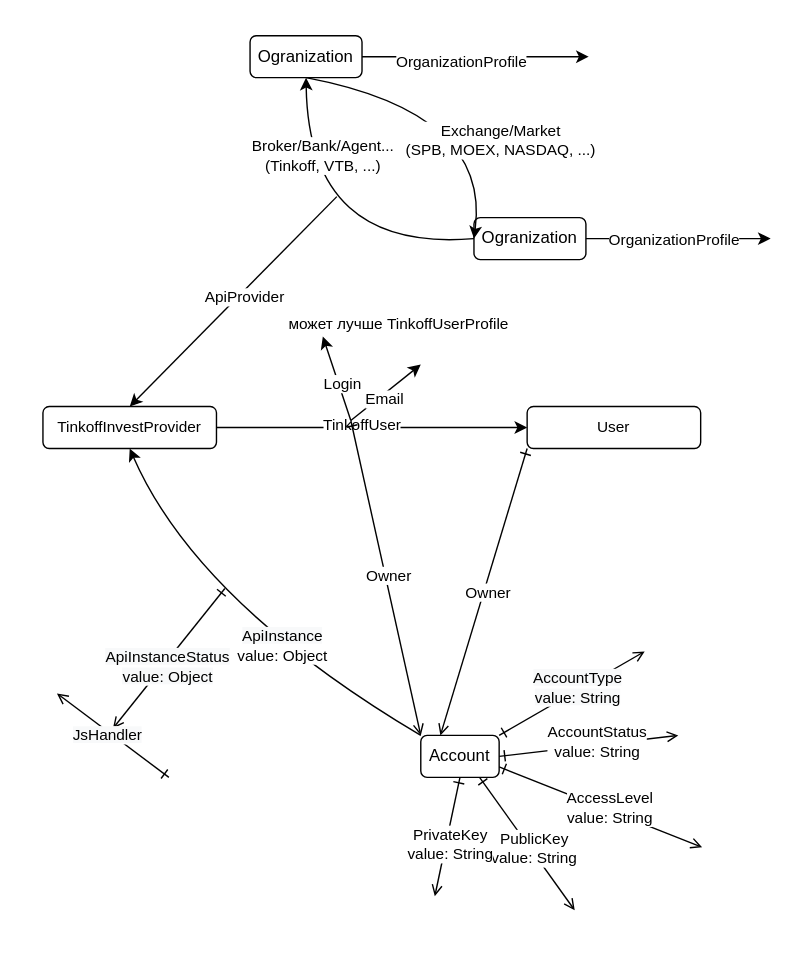
Before: src/account/Account.drawio.svg, a diagram exported from draw.io (suenot/deep-tinkoff-invest-api). Source tidied: cells renumbered, new cells last; positions are measured from the earlier drawing's top-left corner, leaving out a move shared by most shapes.
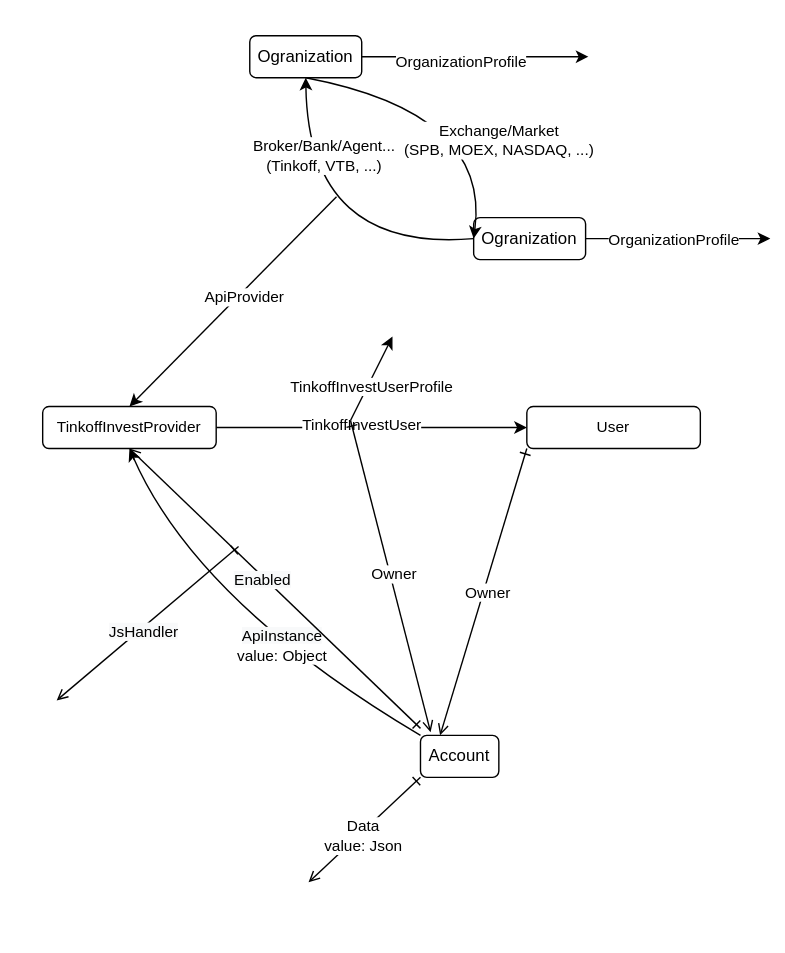
The same file after the commit.

What changed in the source:
```diff
@@ -8,46 +8,6 @@
     <mxCell id="3" value="Account" style="rounded=1;whiteSpace=wrap;html=1;labelBackgroundColor=none;" parent="1" vertex="1">
       <mxGeometry x="300" y="525" width="56" height="30" as="geometry" />
     </mxCell>
-    <mxCell id="4" style="edgeStyle=none;html=1;entryX=0;entryY=0.5;entryDx=0;entryDy=0;startArrow=ERone;startFill=0;endArrow=open;endFill=0;exitX=1;exitY=0;exitDx=0;exitDy=0;" parent="1" edge="1" source="3">
-      <mxGeometry relative="1" as="geometry">
-        <mxPoint x="460" y="465" as="targetPoint" />
-      </mxGeometry>
-    </mxCell>
-    <mxCell id="5" value="&lt;span style=&quot;background-color: rgb(248 , 249 , 250)&quot;&gt;AccountType&lt;/span&gt;&lt;span style=&quot;background-color: rgb(248 , 249 , 250)&quot;&gt;&lt;span&gt;&lt;br&gt;value: String&lt;/span&gt;&lt;br&gt;&lt;/span&gt;" style="edgeLabel;html=1;align=center;verticalAlign=middle;" parent="4" vertex="1">
-      <mxGeometry x="0.08" y="2" relative="1" as="geometry" />
-    </mxCell>
-    <mxCell id="6" style="edgeStyle=none;html=1;entryX=0;entryY=0.5;entryDx=0;entryDy=0;startArrow=ERone;startFill=0;endArrow=open;endFill=0;exitX=1;exitY=0.5;exitDx=0;exitDy=0;" parent="1" edge="1" source="3">
-      <mxGeometry relative="1" as="geometry">
-        <mxPoint x="484" y="525" as="targetPoint" />
-      </mxGeometry>
-    </mxCell>
-    <mxCell id="7" value="&lt;span&gt;AccountStatus&lt;/span&gt;&lt;br&gt;value: String" style="edgeLabel;html=1;align=center;verticalAlign=middle;" parent="6" vertex="1">
-      <mxGeometry x="0.08" y="2" relative="1" as="geometry" />
-    </mxCell>
-    <mxCell id="8" style="edgeStyle=none;html=1;entryX=0.013;entryY=0.5;entryDx=0;entryDy=0;startArrow=ERone;startFill=0;endArrow=open;endFill=0;exitX=1;exitY=0.75;exitDx=0;exitDy=0;entryPerimeter=0;" parent="1" edge="1" source="3">
-      <mxGeometry relative="1" as="geometry">
-        <mxPoint x="501" y="605" as="targetPoint" />
-      </mxGeometry>
-    </mxCell>
-    <mxCell id="9" value="&lt;span&gt;AccessLevel&lt;/span&gt;&lt;br&gt;value: String" style="edgeLabel;html=1;align=center;verticalAlign=middle;" parent="8" vertex="1">
-      <mxGeometry x="0.08" y="2" relative="1" as="geometry" />
-    </mxCell>
-    <mxCell id="10" style="edgeStyle=none;html=1;startArrow=ERone;startFill=0;endArrow=open;endFill=0;exitX=0.75;exitY=1;exitDx=0;exitDy=0;" parent="1" edge="1" source="3">
-      <mxGeometry relative="1" as="geometry">
-        <mxPoint x="410" y="650" as="targetPoint" />
-      </mxGeometry>
-    </mxCell>
-    <mxCell id="11" value="PublicKey&lt;br&gt;value: String" style="edgeLabel;html=1;align=center;verticalAlign=middle;" parent="10" vertex="1">
-      <mxGeometry x="0.08" y="2" relative="1" as="geometry" />
-    </mxCell>
-    <mxCell id="12" style="edgeStyle=none;html=1;startArrow=ERone;startFill=0;endArrow=open;endFill=0;exitX=0.5;exitY=1;exitDx=0;exitDy=0;" parent="1" edge="1" source="3">
-      <mxGeometry relative="1" as="geometry">
-        <mxPoint x="310" y="640" as="targetPoint" />
-      </mxGeometry>
-    </mxCell>
-    <mxCell id="13" value="PrivateKey&lt;br&gt;value: String" style="edgeLabel;html=1;align=center;verticalAlign=middle;" parent="12" vertex="1">
-      <mxGeometry x="0.08" y="2" relative="1" as="geometry" />
-    </mxCell>
     <mxCell id="14" style="edgeStyle=none;html=1;exitX=0;exitY=0;exitDx=0;exitDy=0;entryX=0.5;entryY=1;entryDx=0;entryDy=0;curved=1;" parent="1" edge="1" source="3" target="27">
       <mxGeometry relative="1" as="geometry">
         <Array as="points">
@@ -104,7 +64,7 @@
     <mxCell id="25" style="edgeStyle=none;html=1;exitX=1;exitY=0.5;exitDx=0;exitDy=0;entryX=0;entryY=0.5;entryDx=0;entryDy=0;fontSize=11;" parent="1" edge="1" source="27" target="28">
       <mxGeometry relative="1" as="geometry" />
     </mxCell>
-    <mxCell id="26" value="TinkoffUser" style="edgeLabel;html=1;align=center;verticalAlign=middle;fontSize=11;" parent="25" vertex="1">
+    <mxCell id="26" value="TinkoffInvestUser" style="edgeLabel;html=1;align=center;verticalAlign=middle;fontSize=11;" parent="25" vertex="1">
       <mxGeometry x="-0.07" y="3" relative="1" as="geometry" />
     </mxCell>
     <mxCell id="27" value="&lt;span style=&quot;font-size: 11px&quot;&gt;TinkoffInvestProvider&lt;/span&gt;" style="rounded=1;whiteSpace=wrap;html=1;labelBackgroundColor=none;" parent="1" vertex="1">
@@ -133,49 +93,32 @@
     <mxCell id="32" value="ApiProvider" style="edgeLabel;html=1;align=center;verticalAlign=middle;fontSize=11;" parent="31" vertex="1">
       <mxGeometry x="-0.07" y="3" relative="1" as="geometry" />
     </mxCell>
-    <mxCell id="33" style="edgeStyle=none;html=1;" parent="1" edge="1">
-      <mxGeometry relative="1" as="geometry">
-        <mxPoint x="250" y="300" as="sourcePoint" />
-        <mxPoint x="300" y="260" as="targetPoint" />
-      </mxGeometry>
-    </mxCell>
-    <mxCell id="34" value="Email" style="edgeLabel;html=1;align=center;verticalAlign=middle;" parent="33" vertex="1">
-      <mxGeometry x="-0.12" y="-3" relative="1" as="geometry">
-        <mxPoint x="-1" as="offset" />
-      </mxGeometry>
-    </mxCell>
     <mxCell id="35" style="edgeStyle=none;html=1;" parent="1" edge="1">
       <mxGeometry relative="1" as="geometry">
         <mxPoint x="250" y="300" as="sourcePoint" />
-        <mxPoint x="230" y="240" as="targetPoint" />
+        <mxPoint x="280" y="240" as="targetPoint" />
       </mxGeometry>
     </mxCell>
-    <mxCell id="36" value="Login" style="edgeLabel;html=1;align=center;verticalAlign=middle;" parent="35" vertex="1">
+    <mxCell id="36" value="TinkoffInvestUserProfile" style="edgeLabel;html=1;align=center;verticalAlign=middle;" parent="35" vertex="1">
       <mxGeometry x="-0.12" y="-3" relative="1" as="geometry">
         <mxPoint x="-1" as="offset" />
       </mxGeometry>
     </mxCell>
-    <mxCell id="37" value="может лучше TinkoffUserProfile" style="edgeLabel;html=1;align=center;verticalAlign=middle;" parent="1" vertex="1">
-      <mxGeometry x="290" y="230" as="geometry">
-        <mxPoint x="-7" as="offset" />
-      </mxGeometry>
-    </mxCell>
     <mxCell id="38" style="edgeStyle=none;html=1;startArrow=ERone;startFill=0;endArrow=open;endFill=0;exitX=0;exitY=1;exitDx=0;exitDy=0;entryX=0.25;entryY=0;entryDx=0;entryDy=0;" parent="1" edge="1" source="28" target="3">
       <mxGeometry relative="1" as="geometry" />
     </mxCell>
     <mxCell id="39" value="Owner" style="edgeLabel;html=1;align=center;verticalAlign=middle;" parent="38" vertex="1">
       <mxGeometry x="-0.01" y="2" relative="1" as="geometry" />
     </mxCell>
-    <mxCell id="40" style="edgeStyle=none;html=1;startArrow=ERone;startFill=0;endArrow=open;endFill=0;" parent="1" edge="1">
+    <mxCell id="40" style="edgeStyle=none;html=1;startArrow=ERone;startFill=0;endArrow=open;endFill=0;entryX=0.5;entryY=1;entryDx=0;entryDy=0;" parent="1" edge="1" target="27">
       <mxGeometry relative="1" as="geometry">
-        <mxPoint x="160" y="420" as="sourcePoint" />
-        <mxPoint x="80" y="520" as="targetPoint" />
+        <mxPoint x="300" y="520" as="sourcePoint" />
       </mxGeometry>
     </mxCell>
-    <mxCell id="41" value="&lt;span style=&quot;background-color: rgb(248 , 249 , 250)&quot;&gt;ApiInstanceStatus&lt;/span&gt;&lt;span style=&quot;background-color: rgb(248 , 249 , 250)&quot;&gt;&lt;span&gt;&lt;br&gt;value: Object&lt;/span&gt;&lt;br&gt;&lt;/span&gt;" style="edgeLabel;html=1;align=center;verticalAlign=middle;" parent="40" vertex="1">
+    <mxCell id="41" value="&lt;span style=&quot;background-color: rgb(248 , 249 , 250)&quot;&gt;Enabled&lt;br&gt;&lt;/span&gt;" style="edgeLabel;html=1;align=center;verticalAlign=middle;" parent="40" vertex="1">
       <mxGeometry x="0.08" y="2" relative="1" as="geometry" />
     </mxCell>
-    <mxCell id="42" style="edgeStyle=none;html=1;startArrow=ERone;startFill=0;endArrow=open;endFill=0;entryX=0;entryY=0;entryDx=0;entryDy=0;" parent="1" edge="1" target="3">
+    <mxCell id="42" style="edgeStyle=none;html=1;startArrow=ERone;startFill=0;endArrow=open;endFill=0;entryX=0.129;entryY=-0.077;entryDx=0;entryDy=0;entryPerimeter=0;" parent="1" edge="1" target="3">
       <mxGeometry relative="1" as="geometry">
         <mxPoint x="250" y="300" as="sourcePoint" />
       </mxGeometry>
@@ -185,12 +128,20 @@
     </mxCell>
     <mxCell id="44" style="edgeStyle=none;html=1;startArrow=ERone;startFill=0;endArrow=open;endFill=0;" parent="1" edge="1">
       <mxGeometry relative="1" as="geometry">
-        <mxPoint x="120" y="555" as="sourcePoint" />
-        <mxPoint x="40" y="495" as="targetPoint" />
+        <mxPoint x="170" y="390" as="sourcePoint" />
+        <mxPoint x="40" y="500" as="targetPoint" />
       </mxGeometry>
     </mxCell>
     <mxCell id="45" value="&lt;span style=&quot;background-color: rgb(248 , 249 , 250)&quot;&gt;JsHandler&lt;br&gt;&lt;/span&gt;" style="edgeLabel;html=1;align=center;verticalAlign=middle;" parent="44" vertex="1">
       <mxGeometry x="0.08" y="2" relative="1" as="geometry" />
     </mxCell>
+    <mxCell id="46" style="edgeStyle=none;html=1;startArrow=ERone;startFill=0;endArrow=open;endFill=0;exitX=0;exitY=1;exitDx=0;exitDy=0;" parent="1" edge="1" source="3">
+      <mxGeometry relative="1" as="geometry">
+        <mxPoint x="220" y="630" as="targetPoint" />
+      </mxGeometry>
+    </mxCell>
+    <mxCell id="47" value="Data&lt;br&gt;value: Json" style="edgeLabel;html=1;align=center;verticalAlign=middle;" parent="46" vertex="1">
+      <mxGeometry x="0.08" y="2" relative="1" as="geometry" />
+    </mxCell>
   </root>
 </mxGraphModel>
```
